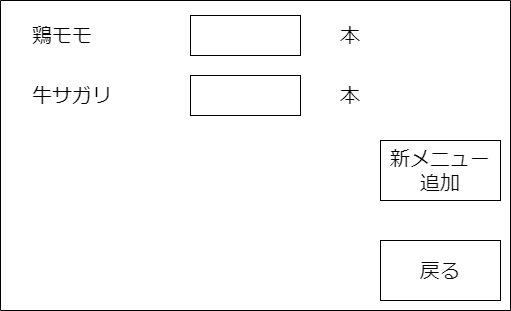
MasakiHiguchi/--- keeps this draw.io diagram as psp4/画面項目図_在庫管理・入力画面.drawio.png. Above is the earlier version. Source tidied: cells renumbered, new cells last; positions are measured from the earlier drawing's top-left corner, leaving out a move shared by most shapes.
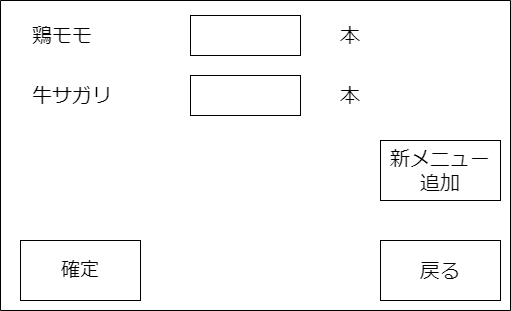
Above is the later version.

What changed in the source:
```diff
@@ -29,5 +29,8 @@
     <mxCell id="10" value="新メニュー追加" style="rounded=0;whiteSpace=wrap;html=1;fontSize=20;" parent="2" vertex="1">
       <mxGeometry x="380" y="140" width="120" height="60" as="geometry" />
     </mxCell>
+    <mxCell id="11" value="&lt;font style=&quot;font-size: 19px;&quot;&gt;確定&lt;/font&gt;" style="rounded=0;whiteSpace=wrap;html=1;" parent="2" vertex="1">
+      <mxGeometry x="20" y="240" width="120" height="60" as="geometry" />
+    </mxCell>
   </root>
 </mxGraphModel>
```
